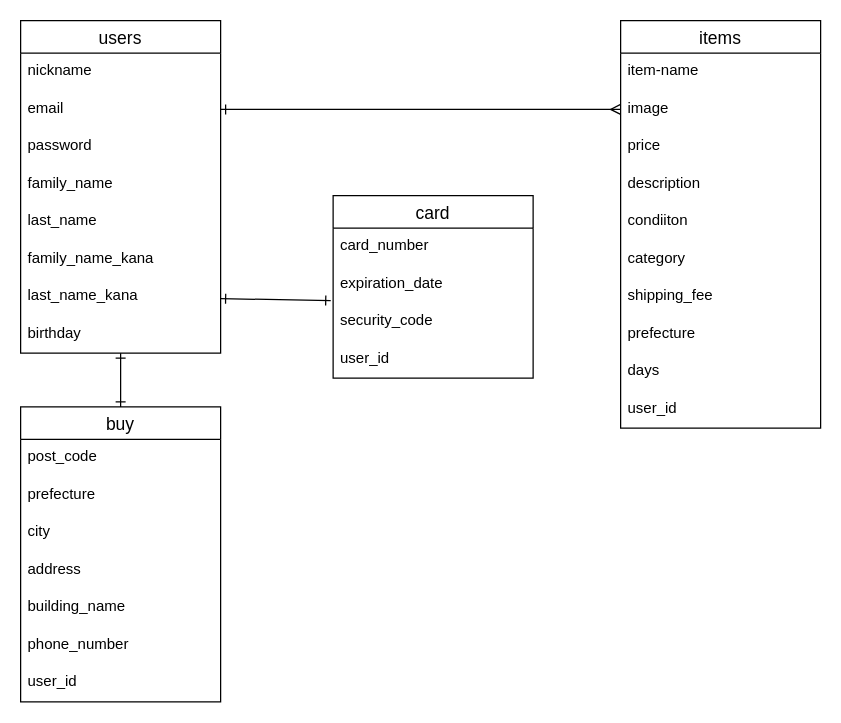
This is furima.dio from Yamasaki0401/furima-38853, a draw.io file, before an edit. Source tidied: cells renumbered, new cells numbered last; positions are measured from the earlier drawing's top-left corner, leaving out a move shared by most shapes. Both pictures are drawn from the tidied source at 125%, with x=0, y=0 at pixel (20, 20).
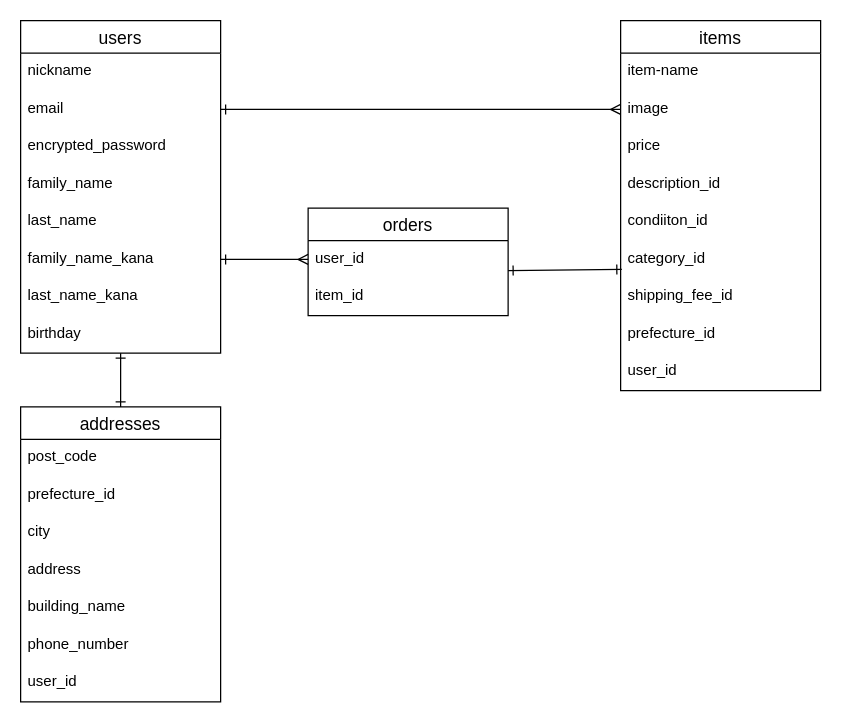
After the change.

Commit message (it also covers changes not shown here):
データベース設計の修正1

Unchanged cells that the change refers to:
```xml
<mxCell id="2" value="users" style="swimlane;fontStyle=0;horizontal=1;startSize=26;align=center;fontSize=14;" parent="1" vertex="1">
  <mxGeometry width="160" height="266" as="geometry" />
</mxCell>
<mxCell id="8" value="family_name_kana" style="text;strokeColor=none;fillColor=none;spacingLeft=4;spacingRight=4;overflow=hidden;points=[[0,0.5],[1,0.5]];portConstraint=eastwest;fontSize=12;" parent="2" vertex="1">
  <mxGeometry y="176" width="160" height="30" as="geometry" />
</mxCell>
<mxCell id="9" value="last_name_kana" style="text;strokeColor=none;fillColor=none;spacingLeft=4;spacingRight=4;overflow=hidden;points=[[0,0.5],[1,0.5]];portConstraint=eastwest;fontSize=12;" parent="2" vertex="1">
  <mxGeometry y="206" width="160" height="30" as="geometry" />
</mxCell>
```

Diff of the diagram source:
```diff
@@
-    <mxCell id="5" value="password" style="text;strokeColor=none;fillColor=none;spacingLeft=4;spacingRight=4;overflow=hidden;fontSize=12;" parent="2" vertex="1">
+    <mxCell id="5" value="encrypted_password" style="text;strokeColor=none;fillColor=none;spacingLeft=4;spacingRight=4;overflow=hidden;fontSize=12;" parent="2" vertex="1">
       <mxGeometry y="86" width="160" height="30" as="geometry" />
     </mxCell>
@@
     <mxCell id="11" value="items" style="swimlane;fontStyle=0;horizontal=1;startSize=26;align=center;fontSize=14;" parent="1" vertex="1">
-      <mxGeometry x="480" width="160" height="326" as="geometry" />
+      <mxGeometry x="480" width="160" height="296" as="geometry" />
     </mxCell>
@@
-    <mxCell id="15" value="description" style="text;strokeColor=none;fillColor=none;spacingLeft=4;spacingRight=4;overflow=hidden;fontSize=12;" parent="11" vertex="1">
+    <mxCell id="15" value="description_id" style="text;strokeColor=none;fillColor=none;spacingLeft=4;spacingRight=4;overflow=hidden;fontSize=12;" parent="11" vertex="1">
       <mxGeometry y="116" width="160" height="30" as="geometry" />
     </mxCell>
-    <mxCell id="16" value="condiiton" style="text;strokeColor=none;fillColor=none;spacingLeft=4;spacingRight=4;overflow=hidden;fontSize=12;" parent="11" vertex="1">
+    <mxCell id="16" value="condiiton_id" style="text;strokeColor=none;fillColor=none;spacingLeft=4;spacingRight=4;overflow=hidden;fontSize=12;" parent="11" vertex="1">
       <mxGeometry y="146" width="160" height="30" as="geometry" />
     </mxCell>
-    <mxCell id="17" value="category" style="text;strokeColor=none;fillColor=none;spacingLeft=4;spacingRight=4;overflow=hidden;points=[[0,0.5],[1,0.5]];portConstraint=eastwest;fontSize=12;" parent="11" vertex="1">
+    <mxCell id="17" value="category_id" style="text;strokeColor=none;fillColor=none;spacingLeft=4;spacingRight=4;overflow=hidden;points=[[0,0.5],[1,0.5]];portConstraint=eastwest;fontSize=12;" parent="11" vertex="1">
       <mxGeometry y="176" width="160" height="30" as="geometry" />
     </mxCell>
-    <mxCell id="18" value="shipping_fee" style="text;strokeColor=none;fillColor=none;spacingLeft=4;spacingRight=4;overflow=hidden;fontSize=12;" parent="11" vertex="1">
+    <mxCell id="18" value="shipping_fee_id" style="text;strokeColor=none;fillColor=none;spacingLeft=4;spacingRight=4;overflow=hidden;fontSize=12;" parent="11" vertex="1">
       <mxGeometry y="206" width="160" height="30" as="geometry" />
     </mxCell>
-    <mxCell id="19" value="prefecture" style="text;strokeColor=none;fillColor=none;spacingLeft=4;spacingRight=4;overflow=hidden;fontSize=12;" parent="11" vertex="1">
+    <mxCell id="19" value="prefecture_id" style="text;strokeColor=none;fillColor=none;spacingLeft=4;spacingRight=4;overflow=hidden;fontSize=12;" parent="11" vertex="1">
       <mxGeometry y="236" width="160" height="30" as="geometry" />
     </mxCell>
-    <mxCell id="20" value="days" style="text;strokeColor=none;fillColor=none;spacingLeft=4;spacingRight=4;overflow=hidden;fontSize=12;" parent="11" vertex="1">
-      <mxGeometry y="266" width="160" height="30" as="geometry" />
-    </mxCell>
     <mxCell id="21" value="user_id" style="text;strokeColor=none;fillColor=none;spacingLeft=4;spacingRight=4;overflow=hidden;fontSize=12;" parent="11" vertex="1">
-      <mxGeometry y="296" width="160" height="30" as="geometry" />
+      <mxGeometry y="266" width="160" height="30" as="geometry" />
     </mxCell>
-    <mxCell id="22" value="buy" style="swimlane;fontStyle=0;horizontal=1;startSize=26;align=center;fontSize=14;" parent="1" vertex="1">
+    <mxCell id="22" value="addresses" style="swimlane;fontStyle=0;horizontal=1;startSize=26;align=center;fontSize=14;" parent="1" vertex="1">
       <mxGeometry y="309" width="160" height="236" as="geometry" />
     </mxCell>
@@
-    <mxCell id="24" value="prefecture" style="text;strokeColor=none;fillColor=none;spacingLeft=4;spacingRight=4;overflow=hidden;fontSize=12;" parent="22" vertex="1">
+    <mxCell id="24" value="prefecture_id" style="text;strokeColor=none;fillColor=none;spacingLeft=4;spacingRight=4;overflow=hidden;fontSize=12;" parent="22" vertex="1">
       <mxGeometry y="56" width="160" height="30" as="geometry" />
     </mxCell>
@@
-    <mxCell id="30" value="card" style="swimlane;fontStyle=0;horizontal=1;startSize=26;align=center;fontSize=14;" parent="1" vertex="1">
-      <mxGeometry x="250" y="140" width="160" height="146" as="geometry" />
-    </mxCell>
-    <mxCell id="31" value="card_number" style="text;strokeColor=none;fillColor=none;spacingLeft=4;spacingRight=4;overflow=hidden;fontSize=12;" parent="30" vertex="1">
-      <mxGeometry y="26" width="160" height="30" as="geometry" />
-    </mxCell>
-    <mxCell id="32" value="expiration_date" style="text;strokeColor=none;fillColor=none;spacingLeft=4;spacingRight=4;overflow=hidden;fontSize=12;" parent="30" vertex="1">
-      <mxGeometry y="56" width="160" height="30" as="geometry" />
-    </mxCell>
-    <mxCell id="33" value="security_code" style="text;strokeColor=none;fillColor=none;spacingLeft=4;spacingRight=4;overflow=hidden;points=[[0,0.5],[1,0.5]];portConstraint=eastwest;fontSize=12;" parent="30" vertex="1">
-      <mxGeometry y="86" width="160" height="30" as="geometry" />
-    </mxCell>
-    <mxCell id="34" value="user_id" style="text;strokeColor=none;fillColor=none;spacingLeft=4;spacingRight=4;overflow=hidden;points=[[0,0.5],[1,0.5]];portConstraint=eastwest;fontSize=12;" parent="30" vertex="1">
-      <mxGeometry y="116" width="160" height="30" as="geometry" />
-    </mxCell>
@@
-    <mxCell id="37" style="edgeStyle=none;html=1;entryX=-0.012;entryY=-0.067;entryDx=0;entryDy=0;entryPerimeter=0;startArrow=ERone;startFill=0;endArrow=ERone;endFill=0;" parent="1" edge="1" source="9" target="33">
-      <mxGeometry relative="1" as="geometry" />
-    </mxCell>
@@
+    <mxCell id="39" value="orders" style="swimlane;fontStyle=0;horizontal=1;startSize=26;align=center;fontSize=14;" parent="1" vertex="1">
+      <mxGeometry x="230" y="150" width="160" height="86" as="geometry" />
+    </mxCell>
+    <mxCell id="34" value="user_id" style="text;strokeColor=none;fillColor=none;spacingLeft=4;spacingRight=4;overflow=hidden;points=[[0,0.5],[1,0.5]];portConstraint=eastwest;fontSize=12;" parent="39" vertex="1">
+      <mxGeometry y="26" width="160" height="30" as="geometry" />
+    </mxCell>
+    <mxCell id="40" value="item_id" style="text;strokeColor=none;fillColor=none;spacingLeft=4;spacingRight=4;overflow=hidden;fontSize=12;" parent="39" vertex="1">
+      <mxGeometry y="56" width="160" height="30" as="geometry" />
+    </mxCell>
+    <mxCell id="41" style="edgeStyle=none;html=1;startArrow=ERone;startFill=0;endArrow=ERmany;endFill=0;entryX=0;entryY=0.5;entryDx=0;entryDy=0;" parent="1" edge="1" source="8" target="34">
+      <mxGeometry relative="1" as="geometry" />
+    </mxCell>
+    <mxCell id="42" style="edgeStyle=none;html=1;startArrow=ERone;startFill=0;endArrow=ERone;endFill=0;exitX=0.006;exitY=0.767;exitDx=0;exitDy=0;exitPerimeter=0;" parent="1" edge="1" source="17">
+      <mxGeometry relative="1" as="geometry">
+        <mxPoint x="390" y="200" as="targetPoint" />
+      </mxGeometry>
+    </mxCell>
```
